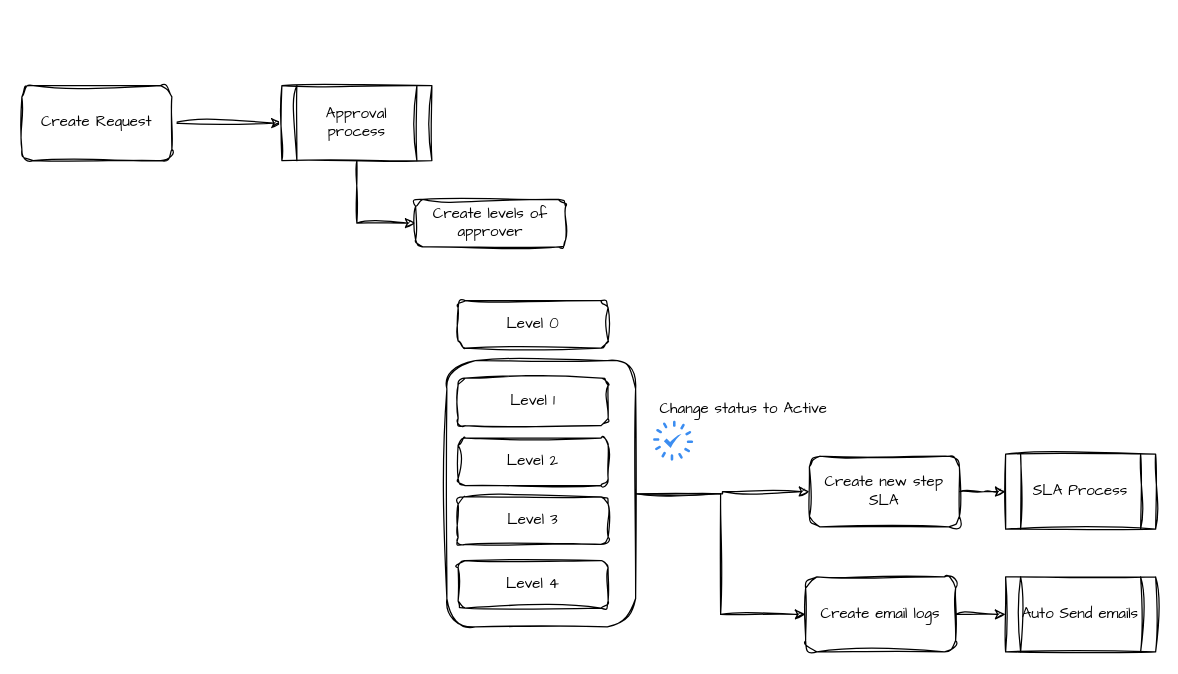
Before: page "Millennia_Sketch" (7 of 7) of Sketchs/MySketch.drawio in DataTeamBP/MyDrawIO, a draw.io diagram. Source tidied: cells renumbered, new cells numbered last; positions are measured from the earlier drawing's top-left corner, leaving out a move shared by most shapes. Both pictures are drawn from the tidied source at 125%, with x=0, y=0 at pixel (21, 85).
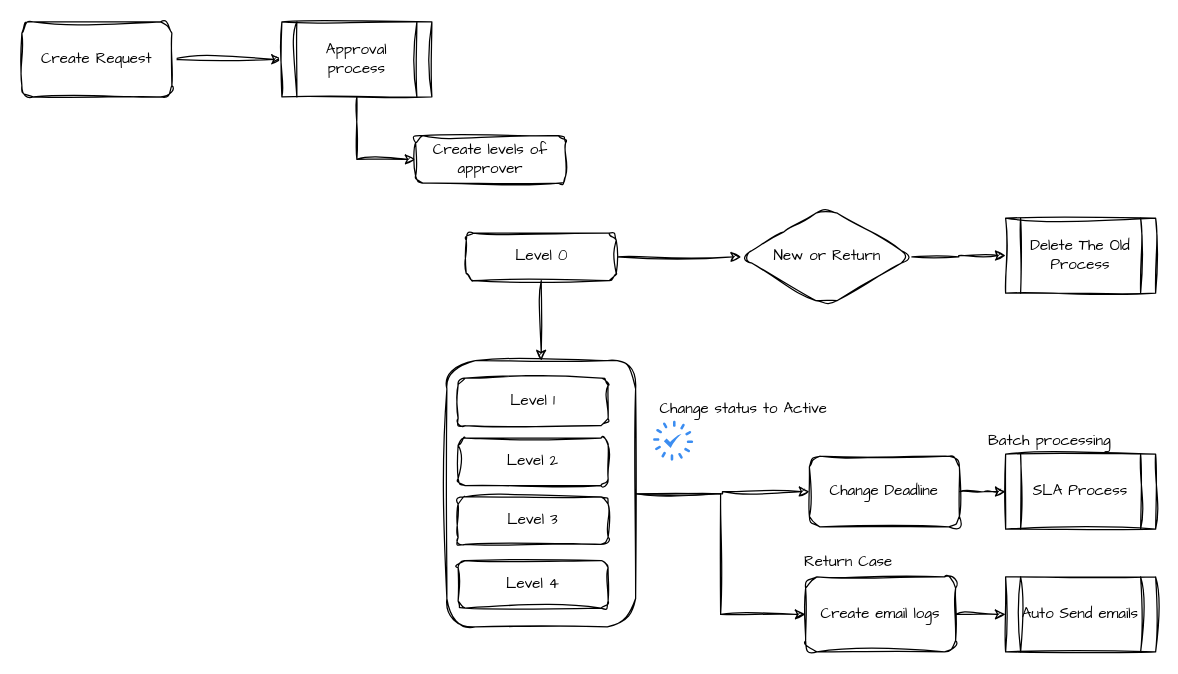
Above is the later version.

Commit message:
Updata Process Millennia

The change refers to these unchanged cells:
```xml
<mxCell id="13" style="rounded=1;whiteSpace=wrap;html=1;sketch=1;hachureGap=4;jiggle=2;curveFitting=1;fontFamily=Architects Daughter;fillColor=none;" parent="1" vertex="1">
  <mxGeometry x="340" y="220" width="151" height="213" as="geometry" />
</mxCell>
```

The edit, as a diff of the source:
```diff
@@
     <mxCell id="3" value="Create Request" style="rounded=1;whiteSpace=wrap;html=1;sketch=1;hachureGap=4;jiggle=2;curveFitting=1;fontFamily=Architects Daughter;" parent="1" vertex="1">
-      <mxGeometry width="120" height="60" as="geometry" />
+      <mxGeometry y="-51" width="120" height="60" as="geometry" />
     </mxCell>
@@
     <mxCell id="5" value="Approval process" style="shape=process;whiteSpace=wrap;html=1;backgroundOutline=1;sketch=1;hachureGap=4;jiggle=2;curveFitting=1;fontFamily=Architects Daughter;" parent="1" vertex="1">
-      <mxGeometry x="208" width="120" height="60" as="geometry" />
+      <mxGeometry x="208" y="-51" width="120" height="60" as="geometry" />
     </mxCell>
     <mxCell id="6" value="Create levels of approver" style="rounded=1;whiteSpace=wrap;html=1;sketch=1;hachureGap=4;jiggle=2;curveFitting=1;fontFamily=Architects Daughter;" parent="1" vertex="1">
-      <mxGeometry x="315" y="91" width="120" height="38" as="geometry" />
+      <mxGeometry x="315" y="40" width="120" height="38" as="geometry" />
     </mxCell>
@@
-    <mxCell id="21" value="Create new step SLA" style="rounded=1;whiteSpace=wrap;html=1;fontFamily=Architects Daughter;sketch=1;hachureGap=4;jiggle=2;curveFitting=1;" parent="1" vertex="1">
+    <mxCell id="21" value="Change Deadline" style="rounded=1;whiteSpace=wrap;html=1;fontFamily=Architects Daughter;sketch=1;hachureGap=4;jiggle=2;curveFitting=1;" parent="1" vertex="1">
       <mxGeometry x="630" y="296.5" width="120" height="56.5" as="geometry" />
     </mxCell>
+    <mxCell id="23" style="edgeStyle=orthogonalEdgeStyle;rounded=0;sketch=1;hachureGap=4;jiggle=2;curveFitting=1;jettySize=auto;html=1;entryX=0.5;entryY=0;entryDx=0;entryDy=0;fontFamily=Architects Daughter;" parent="1" edge="1" source="22" target="13">
+      <mxGeometry relative="1" as="geometry" />
+    </mxCell>
+    <mxCell id="24" style="edgeStyle=orthogonalEdgeStyle;rounded=0;sketch=1;hachureGap=4;jiggle=2;curveFitting=1;jettySize=auto;html=1;fontFamily=Architects Daughter;" parent="1" edge="1" source="22" target="28">
+      <mxGeometry relative="1" as="geometry" />
+    </mxCell>
     <mxCell id="22" value="Level 0" style="rounded=1;whiteSpace=wrap;html=1;sketch=1;hachureGap=4;jiggle=2;curveFitting=1;fontFamily=Architects Daughter;" parent="1" vertex="1">
-      <mxGeometry x="349" y="172" width="120" height="38" as="geometry" />
+      <mxGeometry x="355.5" y="118" width="120" height="38" as="geometry" />
     </mxCell>
+    <mxCell id="25" value="Return Case" style="text;html=1;align=center;verticalAlign=middle;whiteSpace=wrap;rounded=0;fontFamily=Architects Daughter;" parent="1" vertex="1">
+      <mxGeometry x="610" y="367" width="103" height="30" as="geometry" />
+    </mxCell>
+    <mxCell id="26" value="Batch processing" style="text;html=1;align=center;verticalAlign=middle;whiteSpace=wrap;rounded=0;fontFamily=Architects Daughter;" parent="1" vertex="1">
+      <mxGeometry x="771" y="270" width="103" height="30" as="geometry" />
+    </mxCell>
+    <mxCell id="27" style="edgeStyle=orthogonalEdgeStyle;rounded=0;sketch=1;hachureGap=4;jiggle=2;curveFitting=1;jettySize=auto;html=1;fontFamily=Architects Daughter;" parent="1" edge="1" source="28" target="29">
+      <mxGeometry relative="1" as="geometry" />
+    </mxCell>
+    <mxCell id="28" value="New or Return" style="rhombus;whiteSpace=wrap;html=1;fontFamily=Architects Daughter;rounded=1;sketch=1;hachureGap=4;jiggle=2;curveFitting=1;" parent="1" vertex="1">
+      <mxGeometry x="575.5" y="97" width="136.5" height="80" as="geometry" />
+    </mxCell>
+    <mxCell id="29" value="Delete The Old Process" style="shape=process;whiteSpace=wrap;html=1;backgroundOutline=1;sketch=1;hachureGap=4;jiggle=2;curveFitting=1;fontFamily=Architects Daughter;" parent="1" vertex="1">
+      <mxGeometry x="787" y="106" width="120" height="60" as="geometry" />
+    </mxCell>
```
